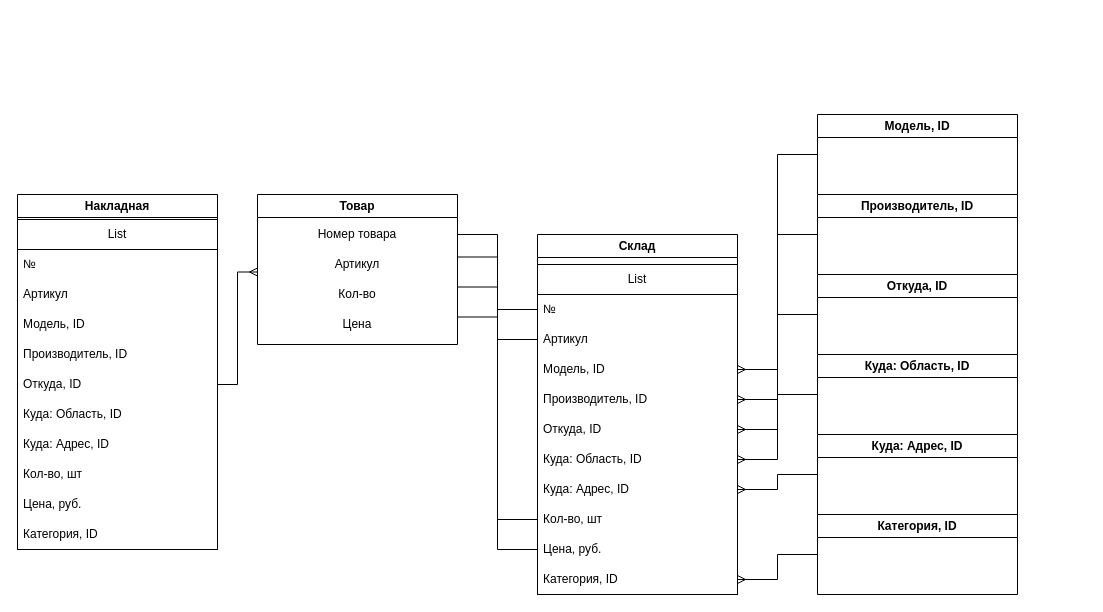
Earlier version of the draw.io diagram Схема_1.drawio (Deviant1407/Info-Security-and-Data-Base). Source tidied: cells renumbered, new cells numbered last; positions are measured from the earlier drawing's top-left corner, leaving out a move shared by most shapes. Both pictures are drawn from the tidied source at 100%, with x=0, y=0 at pixel (17, 114).
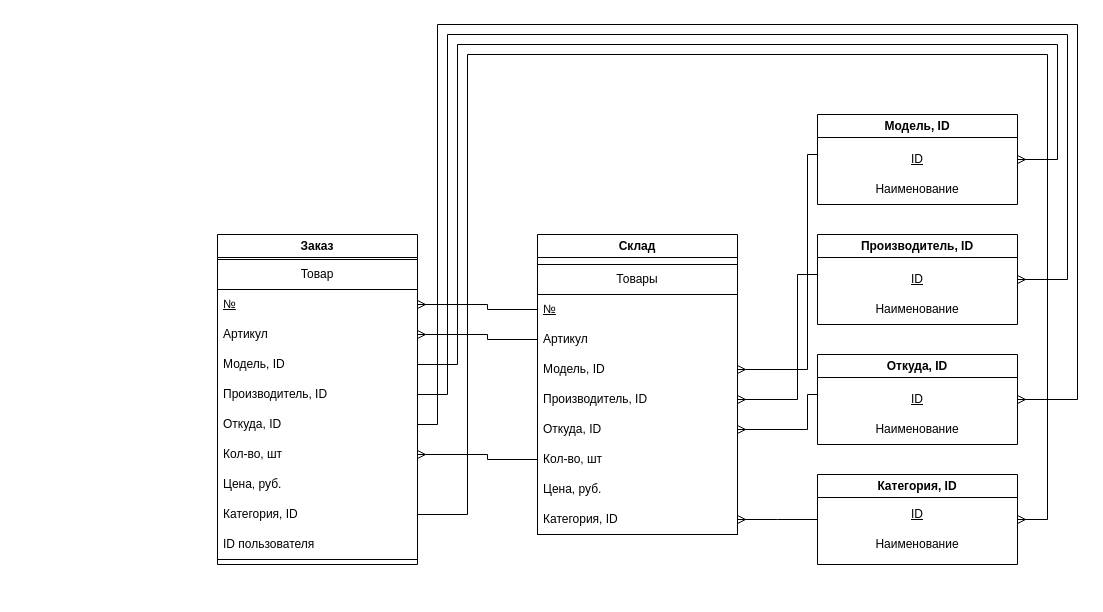
The same diagram, later.

Unchanged cells that the change refers to:
```xml
<mxCell id="11" value="Артикул" style="text;strokeColor=none;fillColor=none;align=left;verticalAlign=middle;spacingLeft=4;spacingRight=4;overflow=hidden;points=[[0,0.5],[1,0.5]];portConstraint=eastwest;whiteSpace=wrap;html=1;" parent="9" vertex="1">
  <mxGeometry y="60" width="200" height="30" as="geometry" />
</mxCell>
<mxCell id="12" value="Модель, ID" style="text;strokeColor=none;fillColor=none;align=left;verticalAlign=middle;spacingLeft=4;spacingRight=4;overflow=hidden;points=[[0,0.5],[1,0.5]];portConstraint=eastwest;whiteSpace=wrap;html=1;" parent="9" vertex="1">
  <mxGeometry y="90" width="200" height="30" as="geometry" />
</mxCell>
<mxCell id="13" value="Производитель, ID" style="text;strokeColor=none;fillColor=none;align=left;verticalAlign=middle;spacingLeft=4;spacingRight=4;overflow=hidden;points=[[0,0.5],[1,0.5]];portConstraint=eastwest;whiteSpace=wrap;html=1;" parent="9" vertex="1">
  <mxGeometry y="120" width="200" height="30" as="geometry" />
</mxCell>
<mxCell id="14" value="Откуда, ID" style="text;strokeColor=none;fillColor=none;align=left;verticalAlign=middle;spacingLeft=4;spacingRight=4;overflow=hidden;points=[[0,0.5],[1,0.5]];portConstraint=eastwest;whiteSpace=wrap;html=1;" parent="9" vertex="1">
  <mxGeometry y="150" width="200" height="30" as="geometry" />
</mxCell>
<mxCell id="38" value="Артикул" style="text;strokeColor=none;fillColor=none;align=left;verticalAlign=middle;spacingLeft=4;spacingRight=4;overflow=hidden;points=[[0,0.5],[1,0.5]];portConstraint=eastwest;whiteSpace=wrap;html=1;" parent="36" vertex="1">
  <mxGeometry y="60" width="200" height="30" as="geometry" />
</mxCell>
<mxCell id="39" value="Модель, ID" style="text;strokeColor=none;fillColor=none;align=left;verticalAlign=middle;spacingLeft=4;spacingRight=4;overflow=hidden;points=[[0,0.5],[1,0.5]];portConstraint=eastwest;whiteSpace=wrap;html=1;" parent="36" vertex="1">
  <mxGeometry y="90" width="200" height="30" as="geometry" />
</mxCell>
<mxCell id="40" value="Производитель, ID" style="text;strokeColor=none;fillColor=none;align=left;verticalAlign=middle;spacingLeft=4;spacingRight=4;overflow=hidden;points=[[0,0.5],[1,0.5]];portConstraint=eastwest;whiteSpace=wrap;html=1;" parent="36" vertex="1">
  <mxGeometry y="120" width="200" height="30" as="geometry" />
</mxCell>
<mxCell id="41" value="Откуда, ID" style="text;strokeColor=none;fillColor=none;align=left;verticalAlign=middle;spacingLeft=4;spacingRight=4;overflow=hidden;points=[[0,0.5],[1,0.5]];portConstraint=eastwest;whiteSpace=wrap;html=1;" parent="36" vertex="1">
  <mxGeometry y="150" width="200" height="30" as="geometry" />
</mxCell>
```

What changed in the source:
```diff
@@
     <mxCell id="2" value="Категория, ID" style="swimlane;whiteSpace=wrap;html=1;" parent="1" vertex="1">
-      <mxGeometry x="800" y="400" width="200" height="80" as="geometry" />
+      <mxGeometry x="800" y="360" width="200" height="90" as="geometry" />
     </mxCell>
+    <mxCell id="48" value="&lt;u&gt;ID&lt;/u&gt;" style="text;html=1;strokeColor=none;fillColor=none;align=center;verticalAlign=middle;whiteSpace=wrap;rounded=0;" parent="2" vertex="1">
+      <mxGeometry y="25" width="200" height="30" as="geometry" />
+    </mxCell>
+    <mxCell id="49" value="Наименование" style="text;html=1;strokeColor=none;fillColor=none;align=center;verticalAlign=middle;whiteSpace=wrap;rounded=0;" parent="2" vertex="1">
+      <mxGeometry y="55" width="200" height="30" as="geometry" />
+    </mxCell>
     <mxCell id="3" value="Модель, ID" style="swimlane;whiteSpace=wrap;html=1;startSize=23;" parent="1" vertex="1">
-      <mxGeometry x="800" width="200" height="80" as="geometry" />
+      <mxGeometry x="800" width="200" height="90" as="geometry" />
     </mxCell>
+    <mxCell id="50" value="&lt;u&gt;ID&lt;/u&gt;" style="text;html=1;strokeColor=none;fillColor=none;align=center;verticalAlign=middle;whiteSpace=wrap;rounded=0;" parent="3" vertex="1">
+      <mxGeometry y="30" width="200" height="30" as="geometry" />
+    </mxCell>
+    <mxCell id="51" value="Наименование" style="text;html=1;strokeColor=none;fillColor=none;align=center;verticalAlign=middle;whiteSpace=wrap;rounded=0;" parent="3" vertex="1">
+      <mxGeometry y="60" width="200" height="30" as="geometry" />
+    </mxCell>
     <mxCell id="4" value="Производитель, ID" style="swimlane;whiteSpace=wrap;html=1;" parent="1" vertex="1">
-      <mxGeometry x="800" y="80" width="200" height="80" as="geometry" />
+      <mxGeometry x="800" y="120" width="200" height="90" as="geometry" />
     </mxCell>
+    <mxCell id="52" value="&lt;u&gt;ID&lt;/u&gt;" style="text;html=1;strokeColor=none;fillColor=none;align=center;verticalAlign=middle;whiteSpace=wrap;rounded=0;" parent="4" vertex="1">
+      <mxGeometry y="30" width="200" height="30" as="geometry" />
+    </mxCell>
+    <mxCell id="53" value="Наименование" style="text;html=1;strokeColor=none;fillColor=none;align=center;verticalAlign=middle;whiteSpace=wrap;rounded=0;" parent="4" vertex="1">
+      <mxGeometry y="60" width="200" height="30" as="geometry" />
+    </mxCell>
     <mxCell id="5" value="Откуда, ID" style="swimlane;whiteSpace=wrap;html=1;" parent="1" vertex="1">
-      <mxGeometry x="800" y="160" width="200" height="80" as="geometry" />
+      <mxGeometry x="800" y="240" width="200" height="90" as="geometry" />
     </mxCell>
-    <mxCell id="6" value="Куда: Область, ID" style="swimlane;whiteSpace=wrap;html=1;startSize=23;" parent="1" vertex="1">
-      <mxGeometry x="800" y="240" width="200" height="80" as="geometry" />
-    </mxCell>
-    <mxCell id="7" value="Куда: Адрес, ID" style="swimlane;whiteSpace=wrap;html=1;" parent="1" vertex="1">
-      <mxGeometry x="800" y="320" width="200" height="80" as="geometry" />
-    </mxCell>
+    <mxCell id="54" value="&lt;u&gt;ID&lt;/u&gt;" style="text;html=1;strokeColor=none;fillColor=none;align=center;verticalAlign=middle;whiteSpace=wrap;rounded=0;" parent="5" vertex="1">
+      <mxGeometry y="30" width="200" height="30" as="geometry" />
+    </mxCell>
+    <mxCell id="55" value="Наименование" style="text;html=1;strokeColor=none;fillColor=none;align=center;verticalAlign=middle;whiteSpace=wrap;rounded=0;" parent="5" vertex="1">
+      <mxGeometry y="60" width="200" height="30" as="geometry" />
+    </mxCell>
     <mxCell id="8" value="Склад" style="swimlane;whiteSpace=wrap;html=1;" parent="1" vertex="1">
-      <mxGeometry x="520" y="120" width="200" height="360" as="geometry" />
+      <mxGeometry x="520" y="120" width="200" height="300" as="geometry" />
     </mxCell>
-    <mxCell id="9" value="List" style="swimlane;fontStyle=0;horizontal=1;startSize=30;whiteSpace=wrap;html=1;" parent="8" vertex="1">
-      <mxGeometry y="30" width="200" height="330" as="geometry" />
+    <mxCell id="9" value="Товары" style="swimlane;fontStyle=0;horizontal=1;startSize=30;whiteSpace=wrap;html=1;" parent="8" vertex="1">
+      <mxGeometry y="30" width="200" height="270" as="geometry" />
     </mxCell>
-    <mxCell id="10" value="№" style="text;strokeColor=none;fillColor=none;align=left;verticalAlign=middle;spacingLeft=4;spacingRight=4;overflow=hidden;points=[[0,0.5],[1,0.5]];portConstraint=eastwest;whiteSpace=wrap;html=1;" parent="9" vertex="1">
+    <mxCell id="10" value="&lt;u&gt;№&lt;/u&gt;" style="text;strokeColor=none;fillColor=none;align=left;verticalAlign=middle;spacingLeft=4;spacingRight=4;overflow=hidden;points=[[0,0.5],[1,0.5]];portConstraint=eastwest;whiteSpace=wrap;html=1;" parent="9" vertex="1">
       <mxGeometry y="30" width="200" height="30" as="geometry" />
     </mxCell>
@@
-    <mxCell id="15" value="Куда: Область, ID" style="text;strokeColor=none;fillColor=none;align=left;verticalAlign=middle;spacingLeft=4;spacingRight=4;overflow=hidden;points=[[0,0.5],[1,0.5]];portConstraint=eastwest;whiteSpace=wrap;html=1;" parent="9" vertex="1">
-      <mxGeometry y="180" width="200" height="30" as="geometry" />
-    </mxCell>
-    <mxCell id="16" value="Куда: Адрес, ID" style="text;strokeColor=none;fillColor=none;align=left;verticalAlign=middle;spacingLeft=4;spacingRight=4;overflow=hidden;points=[[0,0.5],[1,0.5]];portConstraint=eastwest;whiteSpace=wrap;html=1;" parent="9" vertex="1">
-      <mxGeometry y="210" width="200" height="30" as="geometry" />
-    </mxCell>
     <mxCell id="17" value="Кол-во, шт" style="text;strokeColor=none;fillColor=none;align=left;verticalAlign=middle;spacingLeft=4;spacingRight=4;overflow=hidden;points=[[0,0.5],[1,0.5]];portConstraint=eastwest;whiteSpace=wrap;html=1;" parent="9" vertex="1">
-      <mxGeometry y="240" width="200" height="30" as="geometry" />
+      <mxGeometry y="180" width="200" height="30" as="geometry" />
     </mxCell>
     <mxCell id="18" value="Цена, руб." style="text;strokeColor=none;fillColor=none;align=left;verticalAlign=middle;spacingLeft=4;spacingRight=4;overflow=hidden;points=[[0,0.5],[1,0.5]];portConstraint=eastwest;whiteSpace=wrap;html=1;" parent="9" vertex="1">
-      <mxGeometry y="270" width="200" height="30" as="geometry" />
+      <mxGeometry y="210" width="200" height="30" as="geometry" />
     </mxCell>
     <mxCell id="19" value="Категория, ID" style="text;strokeColor=none;fillColor=none;align=left;verticalAlign=middle;spacingLeft=4;spacingRight=4;overflow=hidden;points=[[0,0.5],[1,0.5]];portConstraint=eastwest;whiteSpace=wrap;html=1;" parent="9" vertex="1">
-      <mxGeometry y="300" width="200" height="30" as="geometry" />
+      <mxGeometry y="240" width="200" height="30" as="geometry" />
     </mxCell>
     <mxCell id="20" style="fontSize=12;html=1;endArrow=ERmany;rounded=0;entryX=1;entryY=0.5;entryDx=0;entryDy=0;exitX=0;exitY=0.5;exitDx=0;exitDy=0;edgeStyle=orthogonalEdgeStyle;" parent="1" edge="1" source="3" target="12">
-      <mxGeometry relative="1" as="geometry" />
+      <mxGeometry relative="1" as="geometry">
+        <Array as="points">
+          <mxPoint x="790" y="40" />
+          <mxPoint x="790" y="255" />
+        </Array>
+      </mxGeometry>
     </mxCell>
     <mxCell id="21" style="fontSize=12;html=1;endArrow=ERmany;rounded=0;exitX=0;exitY=0.5;exitDx=0;exitDy=0;entryX=1;entryY=0.5;entryDx=0;entryDy=0;edgeStyle=orthogonalEdgeStyle;" parent="1" edge="1" source="4" target="13">
-      <mxGeometry relative="1" as="geometry" />
+      <mxGeometry relative="1" as="geometry">
+        <Array as="points">
+          <mxPoint x="780" y="160" />
+          <mxPoint x="780" y="285" />
+        </Array>
+      </mxGeometry>
     </mxCell>
     <mxCell id="22" style="edgeStyle=orthogonalEdgeStyle;fontSize=12;html=1;endArrow=ERmany;rounded=0;exitX=0;exitY=0.5;exitDx=0;exitDy=0;entryX=1;entryY=0.5;entryDx=0;entryDy=0;" parent="1" edge="1" source="5" target="14">
-      <mxGeometry relative="1" as="geometry" />
+      <mxGeometry relative="1" as="geometry">
+        <Array as="points">
+          <mxPoint x="790" y="280" />
+          <mxPoint x="790" y="315" />
+        </Array>
+      </mxGeometry>
     </mxCell>
-    <mxCell id="23" style="edgeStyle=orthogonalEdgeStyle;fontSize=12;html=1;endArrow=ERmany;rounded=0;entryX=1;entryY=0.5;entryDx=0;entryDy=0;exitX=0;exitY=0.5;exitDx=0;exitDy=0;" parent="1" edge="1" source="6" target="15">
-      <mxGeometry relative="1" as="geometry" />
-    </mxCell>
-    <mxCell id="24" style="edgeStyle=orthogonalEdgeStyle;fontSize=12;html=1;endArrow=ERmany;rounded=0;entryX=1;entryY=0.5;entryDx=0;entryDy=0;exitX=0;exitY=0.5;exitDx=0;exitDy=0;" parent="1" edge="1" source="7" target="16">
-      <mxGeometry relative="1" as="geometry" />
-    </mxCell>
     <mxCell id="25" style="edgeStyle=orthogonalEdgeStyle;fontSize=12;html=1;endArrow=ERmany;rounded=0;entryX=1;entryY=0.5;entryDx=0;entryDy=0;exitX=0;exitY=0.5;exitDx=0;exitDy=0;" parent="1" edge="1" source="2" target="19">
-      <mxGeometry relative="1" as="geometry" />
+      <mxGeometry relative="1" as="geometry">
+        <Array as="points">
+          <mxPoint x="760" y="405" />
+          <mxPoint x="760" y="405" />
+        </Array>
+      </mxGeometry>
     </mxCell>
-    <mxCell id="26" value="Товар" style="swimlane;whiteSpace=wrap;html=1;" parent="1" vertex="1">
-      <mxGeometry x="240" y="80" width="200" height="150" as="geometry" />
-    </mxCell>
-    <mxCell id="27" value="Номер товара" style="text;html=1;strokeColor=none;fillColor=none;align=center;verticalAlign=middle;whiteSpace=wrap;rounded=0;" parent="26" vertex="1">
-      <mxGeometry y="25" width="200" height="30" as="geometry" />
-    </mxCell>
-    <mxCell id="28" value="Артикул" style="text;html=1;strokeColor=none;fillColor=none;align=center;verticalAlign=middle;whiteSpace=wrap;rounded=0;" parent="26" vertex="1">
-      <mxGeometry y="55" width="200" height="30" as="geometry" />
-    </mxCell>
-    <mxCell id="29" value="Кол-во" style="text;html=1;strokeColor=none;fillColor=none;align=center;verticalAlign=middle;whiteSpace=wrap;rounded=0;" parent="26" vertex="1">
-      <mxGeometry y="85" width="200" height="30" as="geometry" />
-    </mxCell>
-    <mxCell id="30" value="Цена" style="text;html=1;strokeColor=none;fillColor=none;align=center;verticalAlign=middle;whiteSpace=wrap;rounded=0;" parent="26" vertex="1">
-      <mxGeometry y="115" width="200" height="30" as="geometry" />
-    </mxCell>
-    <mxCell id="31" style="endArrow=none;html=1;rounded=0;exitX=1;exitY=0.5;exitDx=0;exitDy=0;entryX=0;entryY=0.5;entryDx=0;entryDy=0;edgeStyle=orthogonalEdgeStyle;" parent="1" edge="1" source="27" target="10">
-      <mxGeometry relative="1" as="geometry" />
-    </mxCell>
-    <mxCell id="32" style="endArrow=none;html=1;rounded=0;exitX=1;exitY=0.25;exitDx=0;exitDy=0;entryX=0;entryY=0.5;entryDx=0;entryDy=0;edgeStyle=orthogonalEdgeStyle;" parent="1" edge="1" source="28" target="11">
-      <mxGeometry relative="1" as="geometry" />
-    </mxCell>
-    <mxCell id="33" style="endArrow=none;html=1;rounded=0;exitX=1;exitY=0.25;exitDx=0;exitDy=0;entryX=0;entryY=0.5;entryDx=0;entryDy=0;edgeStyle=orthogonalEdgeStyle;" parent="1" edge="1" source="29" target="17">
-      <mxGeometry relative="1" as="geometry" />
-    </mxCell>
-    <mxCell id="34" style="endArrow=none;html=1;rounded=0;exitX=1;exitY=0.25;exitDx=0;exitDy=0;entryX=0;entryY=0.5;entryDx=0;entryDy=0;edgeStyle=orthogonalEdgeStyle;" parent="1" edge="1" source="30" target="18">
-      <mxGeometry relative="1" as="geometry" />
-    </mxCell>
-    <mxCell id="35" value="Накладная" style="swimlane;whiteSpace=wrap;html=1;" parent="1" vertex="1">
-      <mxGeometry y="80" width="200" height="355" as="geometry" />
+    <mxCell id="35" value="Заказ" style="swimlane;whiteSpace=wrap;html=1;" parent="1" vertex="1">
+      <mxGeometry x="200" y="120" width="200" height="330" as="geometry" />
     </mxCell>
-    <mxCell id="36" value="List" style="swimlane;fontStyle=0;horizontal=1;startSize=30;whiteSpace=wrap;html=1;" parent="35" vertex="1">
-      <mxGeometry y="25" width="200" height="330" as="geometry" />
+    <mxCell id="36" value="Товар" style="swimlane;fontStyle=0;horizontal=1;startSize=30;whiteSpace=wrap;html=1;" parent="35" vertex="1">
+      <mxGeometry y="25" width="200" height="300" as="geometry" />
     </mxCell>
-    <mxCell id="37" value="№" style="text;strokeColor=none;fillColor=none;align=left;verticalAlign=middle;spacingLeft=4;spacingRight=4;overflow=hidden;points=[[0,0.5],[1,0.5]];portConstraint=eastwest;whiteSpace=wrap;html=1;" parent="36" vertex="1">
+    <mxCell id="37" value="&lt;u&gt;№&lt;/u&gt;" style="text;strokeColor=none;fillColor=none;align=left;verticalAlign=middle;spacingLeft=4;spacingRight=4;overflow=hidden;points=[[0,0.5],[1,0.5]];portConstraint=eastwest;whiteSpace=wrap;html=1;" parent="36" vertex="1">
       <mxGeometry y="30" width="200" height="30" as="geometry" />
     </mxCell>
@@
-    <mxCell id="42" value="Куда: Область, ID" style="text;strokeColor=none;fillColor=none;align=left;verticalAlign=middle;spacingLeft=4;spacingRight=4;overflow=hidden;whiteSpace=wrap;html=1;" parent="36" vertex="1">
-      <mxGeometry y="180" width="200" height="30" as="geometry" />
-    </mxCell>
-    <mxCell id="43" value="Куда: Адрес, ID" style="text;strokeColor=none;fillColor=none;align=left;verticalAlign=middle;spacingLeft=4;spacingRight=4;overflow=hidden;whiteSpace=wrap;html=1;" parent="36" vertex="1">
-      <mxGeometry y="210" width="200" height="30" as="geometry" />
-    </mxCell>
     <mxCell id="44" value="Кол-во, шт" style="text;strokeColor=none;fillColor=none;align=left;verticalAlign=middle;spacingLeft=4;spacingRight=4;overflow=hidden;points=[[0,0.5],[1,0.5]];portConstraint=eastwest;whiteSpace=wrap;html=1;" parent="36" vertex="1">
-      <mxGeometry y="240" width="200" height="30" as="geometry" />
+      <mxGeometry y="180" width="200" height="30" as="geometry" />
     </mxCell>
     <mxCell id="45" value="Цена, руб." style="text;strokeColor=none;fillColor=none;align=left;verticalAlign=middle;spacingLeft=4;spacingRight=4;overflow=hidden;whiteSpace=wrap;html=1;" parent="36" vertex="1">
-      <mxGeometry y="270" width="200" height="30" as="geometry" />
+      <mxGeometry y="210" width="200" height="30" as="geometry" />
     </mxCell>
     <mxCell id="46" value="Категория, ID" style="text;strokeColor=none;fillColor=none;align=left;verticalAlign=middle;spacingLeft=4;spacingRight=4;overflow=hidden;points=[[0,0.5],[1,0.5]];portConstraint=eastwest;whiteSpace=wrap;html=1;" parent="36" vertex="1">
-      <mxGeometry y="300" width="200" height="30" as="geometry" />
+      <mxGeometry y="240" width="200" height="30" as="geometry" />
     </mxCell>
-    <mxCell id="47" style="edgeStyle=orthogonalEdgeStyle;fontSize=12;html=1;endArrow=ERmany;rounded=0;exitX=1;exitY=0.5;exitDx=0;exitDy=0;entryX=0;entryY=0.75;entryDx=0;entryDy=0;" parent="1" edge="1" source="41" target="28">
-      <mxGeometry relative="1" as="geometry" />
-    </mxCell>
+    <mxCell id="56" value="ID пользователя" style="text;strokeColor=none;fillColor=none;align=left;verticalAlign=middle;spacingLeft=4;spacingRight=4;overflow=hidden;whiteSpace=wrap;html=1;" parent="36" vertex="1">
+      <mxGeometry y="270" width="200" height="30" as="geometry" />
+    </mxCell>
+    <mxCell id="57" style="edgeStyle=orthogonalEdgeStyle;fontSize=12;html=1;endArrow=ERmany;rounded=0;exitX=1;exitY=0.5;exitDx=0;exitDy=0;entryX=1;entryY=0.5;entryDx=0;entryDy=0;" parent="1" edge="1" source="39" target="3">
+      <mxGeometry relative="1" as="geometry">
+        <Array as="points">
+          <mxPoint x="440" y="250" />
+          <mxPoint x="440" y="-70" />
+          <mxPoint x="1040" y="-70" />
+          <mxPoint x="1040" y="45" />
+        </Array>
+      </mxGeometry>
+    </mxCell>
+    <mxCell id="58" style="edgeStyle=orthogonalEdgeStyle;fontSize=12;html=1;endArrow=ERmany;rounded=0;exitX=1;exitY=0.5;exitDx=0;exitDy=0;entryX=1;entryY=0.5;entryDx=0;entryDy=0;" parent="1" edge="1" source="40" target="4">
+      <mxGeometry relative="1" as="geometry">
+        <Array as="points">
+          <mxPoint x="430" y="280" />
+          <mxPoint x="430" y="-80" />
+          <mxPoint x="1050" y="-80" />
+          <mxPoint x="1050" y="165" />
+        </Array>
+      </mxGeometry>
+    </mxCell>
+    <mxCell id="59" style="edgeStyle=orthogonalEdgeStyle;fontSize=12;html=1;endArrow=ERmany;rounded=0;exitX=1;exitY=0.5;exitDx=0;exitDy=0;entryX=1;entryY=0.5;entryDx=0;entryDy=0;" parent="1" edge="1" source="41" target="5">
+      <mxGeometry relative="1" as="geometry">
+        <Array as="points">
+          <mxPoint x="420" y="310" />
+          <mxPoint x="420" y="-90" />
+          <mxPoint x="1060" y="-90" />
+          <mxPoint x="1060" y="285" />
+        </Array>
+      </mxGeometry>
+    </mxCell>
+    <mxCell id="60" style="edgeStyle=orthogonalEdgeStyle;fontSize=12;html=1;endArrow=ERmany;rounded=0;exitX=1;exitY=0.5;exitDx=0;exitDy=0;entryX=1;entryY=0.5;entryDx=0;entryDy=0;" parent="1" edge="1" source="46" target="2">
+      <mxGeometry relative="1" as="geometry">
+        <Array as="points">
+          <mxPoint x="450" y="400" />
+          <mxPoint x="450" y="-60" />
+          <mxPoint x="1030" y="-60" />
+          <mxPoint x="1030" y="405" />
+        </Array>
+      </mxGeometry>
+    </mxCell>
+    <mxCell id="61" style="edgeStyle=orthogonalEdgeStyle;fontSize=12;html=1;endArrow=ERmany;rounded=0;exitX=0;exitY=0.5;exitDx=0;exitDy=0;entryX=1;entryY=0.5;entryDx=0;entryDy=0;" parent="1" edge="1" source="11" target="38">
+      <mxGeometry relative="1" as="geometry">
+        <Array as="points">
+          <mxPoint x="470" y="225" />
+          <mxPoint x="470" y="220" />
+        </Array>
+      </mxGeometry>
+    </mxCell>
+    <mxCell id="62" style="edgeStyle=orthogonalEdgeStyle;fontSize=12;html=1;endArrow=ERmany;rounded=0;exitX=0;exitY=0.5;exitDx=0;exitDy=0;entryX=1;entryY=0.5;entryDx=0;entryDy=0;" parent="1" edge="1" source="10" target="37">
+      <mxGeometry relative="1" as="geometry">
+        <Array as="points">
+          <mxPoint x="470" y="195" />
+          <mxPoint x="470" y="190" />
+        </Array>
+      </mxGeometry>
+    </mxCell>
+    <mxCell id="63" style="edgeStyle=orthogonalEdgeStyle;fontSize=12;html=1;endArrow=ERmany;rounded=0;exitX=0;exitY=0.5;exitDx=0;exitDy=0;entryX=1;entryY=0.5;entryDx=0;entryDy=0;" parent="1" edge="1" source="17" target="44">
+      <mxGeometry relative="1" as="geometry">
+        <Array as="points">
+          <mxPoint x="470" y="345" />
+          <mxPoint x="470" y="340" />
+        </Array>
+      </mxGeometry>
+    </mxCell>
```
